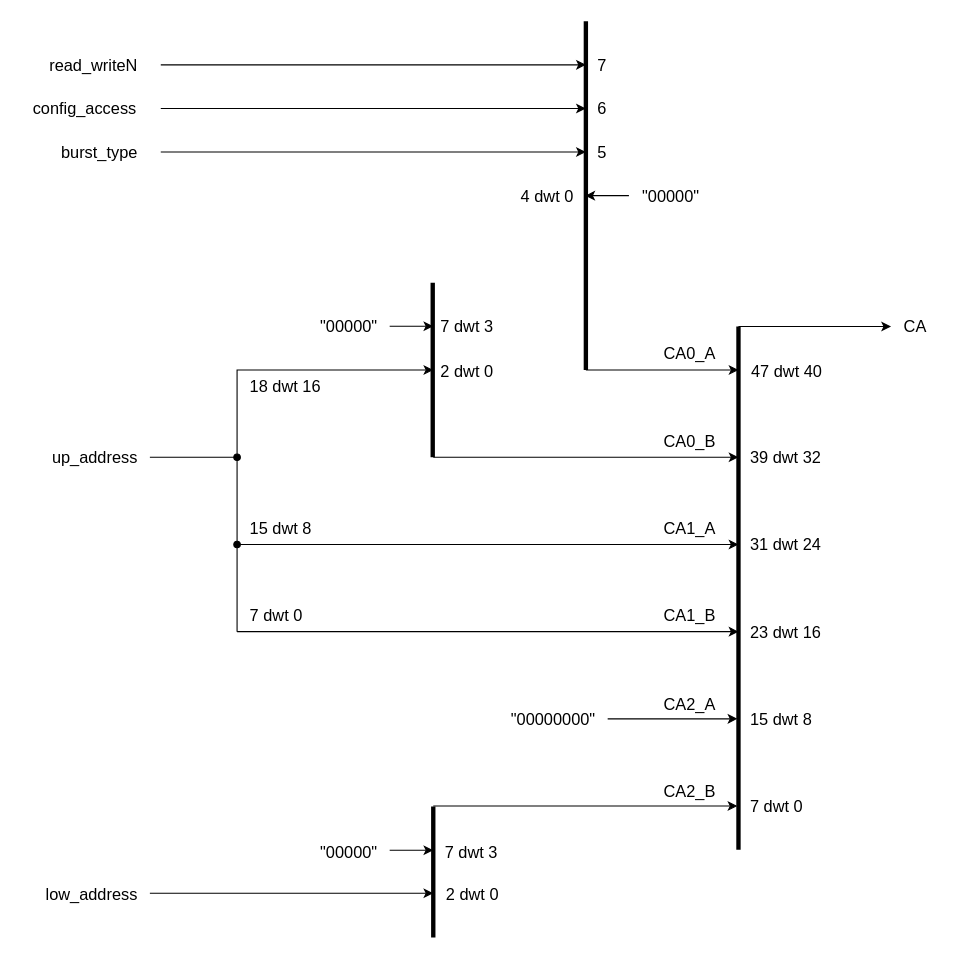
AndreaBononi/Intel_Cyclone10LP_systems keeps this draw.io diagram as page "ca_builder" (4 of 12) of hyperram_system/ip/avs_to_hram_converter/schematics/avs_to_hram_converter.drawio. Above is the earlier version. Source tidied: cells renumbered, new cells numbered last; positions are measured from the earlier drawing's top-left corner, leaving out a move shared by most shapes. Both pictures are drawn from the tidied source at 109%, with x=0, y=0 at pixel (19, 21).
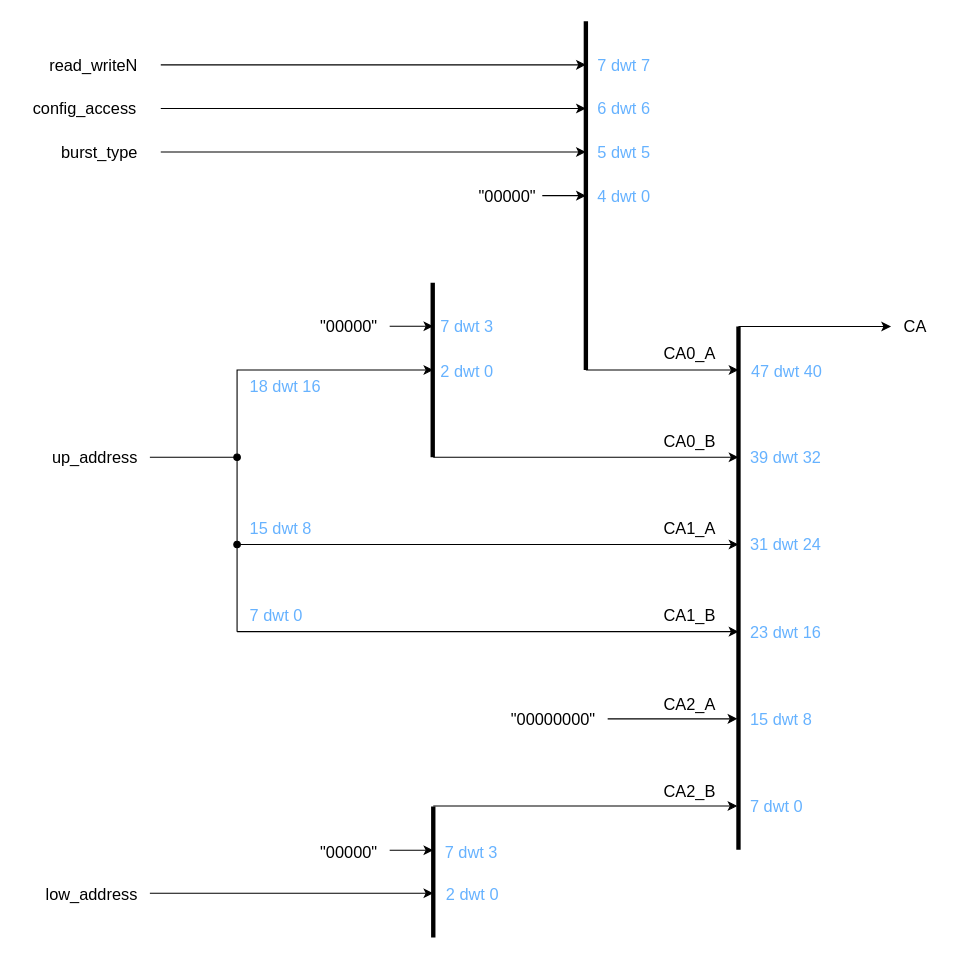
The same diagram, later.

Change to the diagram source:
```diff
@@
-    <mxCell id="7" value="5" style="text;html=1;align=left;verticalAlign=middle;strokeColor=none;fillColor=none;fontSize=15;" parent="1" vertex="1">
-      <mxGeometry x="529" y="105" width="30" height="30" as="geometry" />
+    <mxCell id="7" value="5 dwt 5" style="text;html=1;align=left;verticalAlign=middle;strokeColor=none;fillColor=none;fontSize=15;fontColor=#66B2FF;" parent="1" vertex="1">
+      <mxGeometry x="529" y="105" width="70" height="30" as="geometry" />
     </mxCell>
-    <mxCell id="8" value="4 dwt 0" style="text;html=1;align=right;verticalAlign=middle;strokeColor=none;fillColor=none;fontSize=15;" parent="1" vertex="1">
-      <mxGeometry x="439.5" y="145" width="70" height="30" as="geometry" />
+    <mxCell id="8" value="4 dwt 0" style="text;html=1;align=left;verticalAlign=middle;strokeColor=none;fillColor=none;fontSize=15;fontColor=#66B2FF;" parent="1" vertex="1">
+      <mxGeometry x="529" y="145" width="70" height="30" as="geometry" />
     </mxCell>
-    <mxCell id="9" value="18 dwt 16" style="text;html=1;align=left;verticalAlign=middle;strokeColor=none;fillColor=none;fontSize=15;rotation=0;" parent="1" vertex="1">
+    <mxCell id="9" value="18 dwt 16" style="text;html=1;align=left;verticalAlign=middle;strokeColor=none;fillColor=none;fontSize=15;rotation=0;fontColor=#66B2FF;" parent="1" vertex="1">
       <mxGeometry x="210" y="320" width="90" height="30" as="geometry" />
     </mxCell>
@@
-    <mxCell id="11" value="15 dwt 8" style="text;html=1;align=left;verticalAlign=middle;strokeColor=none;fillColor=none;fontSize=15;rotation=0;" parent="1" vertex="1">
+    <mxCell id="11" value="15 dwt 8" style="text;html=1;align=left;verticalAlign=middle;strokeColor=none;fillColor=none;fontSize=15;rotation=0;fontColor=#66B2FF;" parent="1" vertex="1">
       <mxGeometry x="210" y="450" width="80" height="30" as="geometry" />
     </mxCell>
@@
-    <mxCell id="14" value="6" style="text;html=1;align=left;verticalAlign=middle;strokeColor=none;fillColor=none;fontSize=15;" parent="1" vertex="1">
-      <mxGeometry x="529" y="65" width="30" height="30" as="geometry" />
+    <mxCell id="14" value="6 dwt 6" style="text;html=1;align=left;verticalAlign=middle;strokeColor=none;fillColor=none;fontSize=15;fontColor=#66B2FF;" parent="1" vertex="1">
+      <mxGeometry x="529" y="65" width="70" height="30" as="geometry" />
     </mxCell>
-    <mxCell id="15" value="7 " style="text;html=1;align=left;verticalAlign=middle;strokeColor=none;fillColor=none;fontSize=15;" parent="1" vertex="1">
-      <mxGeometry x="529" y="25" width="30" height="30" as="geometry" />
+    <mxCell id="15" value="7 dwt 7" style="text;html=1;align=left;verticalAlign=middle;strokeColor=none;fillColor=none;fontSize=15;fontColor=#66B2FF;" parent="1" vertex="1">
+      <mxGeometry x="529" y="25" width="70" height="30" as="geometry" />
     </mxCell>
@@
-    <mxCell id="17" value="7 dwt 0" style="text;html=1;align=left;verticalAlign=middle;strokeColor=none;fillColor=none;fontSize=15;rotation=0;" parent="1" vertex="1">
+    <mxCell id="17" value="7 dwt 0" style="text;html=1;align=left;verticalAlign=middle;strokeColor=none;fillColor=none;fontSize=15;rotation=0;fontColor=#66B2FF;" parent="1" vertex="1">
       <mxGeometry x="210" y="530" width="70" height="30" as="geometry" />
     </mxCell>
@@
-    <mxCell id="28" value="2 dwt 0" style="text;html=1;align=left;verticalAlign=middle;strokeColor=none;fillColor=none;fontSize=15;rotation=0;" parent="1" vertex="1">
+    <mxCell id="28" value="2 dwt 0" style="text;html=1;align=left;verticalAlign=middle;strokeColor=none;fillColor=none;fontSize=15;rotation=0;fontColor=#66B2FF;" parent="1" vertex="1">
       <mxGeometry x="389.5" y="785.5" width="70" height="30" as="geometry" />
     </mxCell>
-    <mxCell id="29" value="7 dwt 3" style="text;html=1;align=left;verticalAlign=middle;strokeColor=none;fillColor=none;fontSize=15;rotation=0;" parent="1" vertex="1">
+    <mxCell id="29" value="7 dwt 3" style="text;html=1;align=left;verticalAlign=middle;strokeColor=none;fillColor=none;fontSize=15;rotation=0;fontColor=#66B2FF;" parent="1" vertex="1">
       <mxGeometry x="388.5" y="746.5" width="70" height="30" as="geometry" />
     </mxCell>
@@
     <mxCell id="31" value="&quot;00000&quot;" style="text;html=1;align=left;verticalAlign=middle;strokeColor=none;fillColor=none;fontSize=15;" parent="1" vertex="1">
-      <mxGeometry x="570" y="145" width="80" height="30" as="geometry" />
+      <mxGeometry x="420" y="145" width="80" height="30" as="geometry" />
     </mxCell>
     <mxCell id="32" style="edgeStyle=orthogonalEdgeStyle;rounded=0;orthogonalLoop=1;jettySize=auto;html=1;fontSize=15;" parent="1" edge="1">
       <mxGeometry relative="1" as="geometry">
-        <mxPoint x="559.5" y="160" as="sourcePoint" />
-        <mxPoint x="519.5" y="160" as="targetPoint" />
+        <mxPoint x="480" y="160" as="sourcePoint" />
+        <mxPoint x="520" y="160" as="targetPoint" />
         <Array as="points">
-          <mxPoint x="539" y="159.8" />
-          <mxPoint x="539" y="159.8" />
+          <mxPoint x="499.5" y="159.8" />
+          <mxPoint x="499.5" y="159.8" />
         </Array>
       </mxGeometry>
     </mxCell>
@@
-    <mxCell id="43" value="7 dwt 0" style="text;html=1;align=left;verticalAlign=middle;strokeColor=none;fillColor=none;fontSize=15;" parent="1" vertex="1">
+    <mxCell id="43" value="7 dwt 0" style="text;html=1;align=left;verticalAlign=middle;strokeColor=none;fillColor=none;fontSize=15;fontColor=#66B2FF;" parent="1" vertex="1">
       <mxGeometry x="669" y="705" width="70" height="30" as="geometry" />
     </mxCell>
-    <mxCell id="44" value="15 dwt 8" style="text;html=1;align=left;verticalAlign=middle;strokeColor=none;fillColor=none;fontSize=15;" parent="1" vertex="1">
+    <mxCell id="44" value="15 dwt 8" style="text;html=1;align=left;verticalAlign=middle;strokeColor=none;fillColor=none;fontSize=15;fontColor=#66B2FF;" parent="1" vertex="1">
       <mxGeometry x="669" y="625" width="80" height="30" as="geometry" />
     </mxCell>
-    <mxCell id="45" value="23 dwt 16" style="text;html=1;align=left;verticalAlign=middle;strokeColor=none;fillColor=none;fontSize=15;" parent="1" vertex="1">
+    <mxCell id="45" value="23 dwt 16" style="text;html=1;align=left;verticalAlign=middle;strokeColor=none;fillColor=none;fontSize=15;fontColor=#66B2FF;" parent="1" vertex="1">
       <mxGeometry x="669" y="545.2" width="90" height="30" as="geometry" />
     </mxCell>
-    <mxCell id="46" value="31 dwt 24" style="text;html=1;align=left;verticalAlign=middle;strokeColor=none;fillColor=none;fontSize=15;" parent="1" vertex="1">
+    <mxCell id="46" value="31 dwt 24" style="text;html=1;align=left;verticalAlign=middle;strokeColor=none;fillColor=none;fontSize=15;fontColor=#66B2FF;" parent="1" vertex="1">
       <mxGeometry x="669" y="464.5" width="90" height="30" as="geometry" />
     </mxCell>
-    <mxCell id="47" value="39 dwt 32" style="text;html=1;align=left;verticalAlign=middle;strokeColor=none;fillColor=none;fontSize=15;" parent="1" vertex="1">
+    <mxCell id="47" value="39 dwt 32" style="text;html=1;align=left;verticalAlign=middle;strokeColor=none;fillColor=none;fontSize=15;fontColor=#66B2FF;" parent="1" vertex="1">
       <mxGeometry x="669" y="385" width="90" height="30" as="geometry" />
     </mxCell>
-    <mxCell id="48" value="47 dwt 40" style="text;html=1;align=left;verticalAlign=middle;strokeColor=none;fillColor=none;fontSize=15;" parent="1" vertex="1">
+    <mxCell id="48" value="47 dwt 40" style="text;html=1;align=left;verticalAlign=middle;strokeColor=none;fillColor=none;fontSize=15;fontColor=#66B2FF;" parent="1" vertex="1">
       <mxGeometry x="670" y="306.2" width="90" height="30" as="geometry" />
     </mxCell>
-    <mxCell id="49" value="2 dwt 0" style="text;html=1;align=left;verticalAlign=middle;strokeColor=none;fillColor=none;fontSize=15;rotation=0;" parent="1" vertex="1">
+    <mxCell id="49" value="2 dwt 0" style="text;html=1;align=left;verticalAlign=middle;strokeColor=none;fillColor=none;fontSize=15;rotation=0;fontColor=#66B2FF;" parent="1" vertex="1">
       <mxGeometry x="384.5" y="306" width="70" height="30" as="geometry" />
     </mxCell>
-    <mxCell id="50" value="7 dwt 3" style="text;html=1;align=left;verticalAlign=middle;strokeColor=none;fillColor=none;fontSize=15;rotation=0;" parent="1" vertex="1">
+    <mxCell id="50" value="7 dwt 3" style="text;html=1;align=left;verticalAlign=middle;strokeColor=none;fillColor=none;fontSize=15;rotation=0;fontColor=#66B2FF;" parent="1" vertex="1">
       <mxGeometry x="384.5" y="265.2" width="70" height="30" as="geometry" />
     </mxCell>
```
